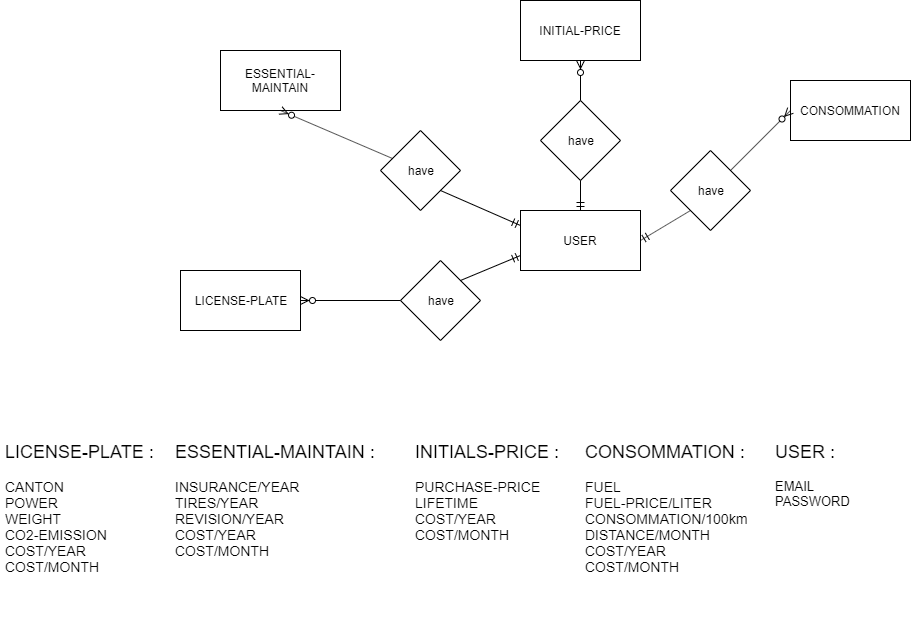
Before: Documentation/Sprint1/DB-MCD.PNG, a diagram exported from draw.io (ThomasCPNV/CcubeProject). Source tidied: cells renumbered, new cells last; positions are measured from the earlier drawing's top-left corner, leaving out a move shared by most shapes.
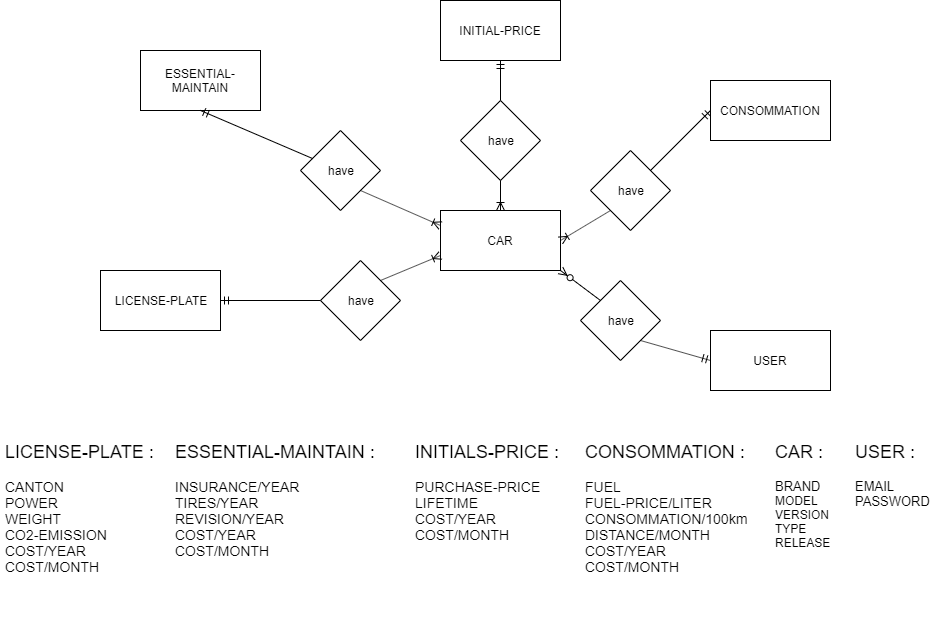
After the change.

What changed in the source:
```diff
@@ -11,34 +11,34 @@
     <mxCell id="4" value="CONSOMMATION" style="rounded=0;whiteSpace=wrap;html=1;" parent="1" vertex="1">
       <mxGeometry x="790" y="80" width="120" height="60" as="geometry" />
     </mxCell>
-    <mxCell id="5" value="USER" style="rounded=0;whiteSpace=wrap;html=1;" parent="1" vertex="1">
+    <mxCell id="5" value="CAR" style="rounded=0;whiteSpace=wrap;html=1;" parent="1" vertex="1">
       <mxGeometry x="520" y="210" width="120" height="60" as="geometry" />
     </mxCell>
     <mxCell id="6" value="INITIAL-PRICE" style="rounded=0;whiteSpace=wrap;html=1;" parent="1" vertex="1">
       <mxGeometry x="520" width="120" height="60" as="geometry" />
     </mxCell>
     <mxCell id="7" value="&lt;p style=&quot;line-height: 40%&quot;&gt;&lt;/p&gt;&lt;blockquote style=&quot;margin: 0 0 0 40px ; border: none ; padding: 0px&quot;&gt;&lt;/blockquote&gt;&lt;span&gt;&lt;font style=&quot;font-size: 18px&quot;&gt;LICENSE-PLATE :&lt;br&gt;&lt;/font&gt;&lt;/span&gt;&lt;font style=&quot;font-size: 14px&quot;&gt;&lt;br&gt;CANTON&lt;br&gt;POWER&lt;br&gt;WEIGHT&amp;nbsp;&lt;br&gt;CO2-EMISSION&lt;br&gt;COST/YEAR&lt;br&gt;COST/MONTH&lt;br&gt;&lt;br&gt;&lt;/font&gt;&lt;blockquote style=&quot;margin: 0px 0px 0px 40px ; border: none ; padding: 0px ; font-size: 14px&quot;&gt;&lt;/blockquote&gt;&lt;br&gt;&lt;p&gt;&lt;/p&gt;" style="text;html=1;strokeColor=none;fillColor=none;spacing=5;spacingTop=-20;whiteSpace=wrap;overflow=hidden;rounded=0;" parent="1" vertex="1">
-      <mxGeometry y="440" width="170" height="180" as="geometry" />
+      <mxGeometry x="80" y="440" width="170" height="180" as="geometry" />
     </mxCell>
     <mxCell id="8" value="&lt;p style=&quot;line-height: 40%&quot;&gt;&lt;/p&gt;&lt;blockquote style=&quot;margin: 0 0 0 40px ; border: none ; padding: 0px&quot;&gt;&lt;/blockquote&gt;&lt;span&gt;&lt;font style=&quot;font-size: 18px&quot;&gt;ESSENTIAL-MAINTAIN :&lt;br&gt;&lt;/font&gt;&lt;/span&gt;&lt;font style=&quot;font-size: 14px&quot;&gt;&lt;br&gt;&lt;/font&gt;&lt;blockquote style=&quot;margin: 0px 0px 0px 40px ; border: none ; padding: 0px&quot;&gt;&lt;/blockquote&gt;&lt;font style=&quot;font-size: 14px&quot;&gt;INSURANCE/YEAR&lt;br&gt;&lt;font&gt;TIRES/YEAR&lt;br&gt;&lt;/font&gt;REVISION/YEAR&lt;br&gt;COST/YEAR&lt;br&gt;COST/MONTH&lt;/font&gt;&lt;br&gt;&lt;p&gt;&lt;/p&gt;" style="text;html=1;strokeColor=none;fillColor=none;spacing=5;spacingTop=-20;whiteSpace=wrap;overflow=hidden;rounded=0;" parent="1" vertex="1">
-      <mxGeometry x="170" y="440" width="240" height="160" as="geometry" />
+      <mxGeometry x="250" y="440" width="240" height="160" as="geometry" />
     </mxCell>
     <mxCell id="9" value="&lt;p style=&quot;line-height: 40%&quot;&gt;&lt;/p&gt;&lt;blockquote style=&quot;margin: 0 0 0 40px ; border: none ; padding: 0px&quot;&gt;&lt;/blockquote&gt;&lt;span&gt;&lt;font style=&quot;font-size: 18px&quot;&gt;INITIALS-PRICE :&lt;br&gt;&lt;/font&gt;&lt;/span&gt;&lt;font style=&quot;font-size: 14px&quot;&gt;&lt;br&gt;&lt;/font&gt;&lt;blockquote style=&quot;margin: 0px 0px 0px 40px ; border: none ; padding: 0px&quot;&gt;&lt;/blockquote&gt;&lt;font style=&quot;font-size: 14px&quot;&gt;PURCHASE-PRICE&lt;br&gt;LIFETIME&lt;br&gt;COST/YEAR&lt;br&gt;COST/MONTH&lt;/font&gt;&lt;br&gt;&lt;p&gt;&lt;/p&gt;" style="text;html=1;strokeColor=none;fillColor=none;spacing=5;spacingTop=-20;whiteSpace=wrap;overflow=hidden;rounded=0;" parent="1" vertex="1">
-      <mxGeometry x="410" y="440" width="160" height="140" as="geometry" />
+      <mxGeometry x="490" y="440" width="160" height="140" as="geometry" />
     </mxCell>
-    <mxCell id="10" value="&lt;p style=&quot;line-height: 40%&quot;&gt;&lt;/p&gt;&lt;blockquote style=&quot;margin: 0 0 0 40px ; border: none ; padding: 0px&quot;&gt;&lt;/blockquote&gt;&lt;span&gt;&lt;font style=&quot;font-size: 18px&quot;&gt;USER :&lt;br&gt;&lt;/font&gt;&lt;/span&gt;&lt;font style=&quot;font-size: 14px&quot;&gt;&lt;br&gt;&lt;/font&gt;&lt;font style=&quot;font-size: 13px&quot;&gt;EMAIL&lt;br&gt;PASSWORD&lt;/font&gt;&lt;br&gt;&lt;p&gt;&lt;/p&gt;" style="text;html=1;strokeColor=none;fillColor=none;spacing=5;spacingTop=-20;whiteSpace=wrap;overflow=hidden;rounded=0;" parent="1" vertex="1">
-      <mxGeometry x="770" y="440" width="100" height="150" as="geometry" />
+    <mxCell id="10" value="&lt;p style=&quot;line-height: 40%&quot;&gt;&lt;/p&gt;&lt;blockquote style=&quot;margin: 0 0 0 40px ; border: none ; padding: 0px&quot;&gt;&lt;/blockquote&gt;&lt;span&gt;&lt;font style=&quot;font-size: 18px&quot;&gt;CAR :&lt;br&gt;&lt;/font&gt;&lt;/span&gt;&lt;font style=&quot;font-size: 14px&quot;&gt;&lt;br&gt;&lt;/font&gt;&lt;font style=&quot;font-size: 13px&quot;&gt;BRAND&lt;br&gt;&lt;/font&gt;MODEL&lt;br&gt;VERSION&lt;br&gt;TYPE&lt;br&gt;RELEASE&lt;br&gt;&lt;p&gt;&lt;/p&gt;" style="text;html=1;strokeColor=none;fillColor=none;spacing=5;spacingTop=-20;whiteSpace=wrap;overflow=hidden;rounded=0;" parent="1" vertex="1">
+      <mxGeometry x="850" y="440" width="100" height="150" as="geometry" />
     </mxCell>
     <mxCell id="11" value="&lt;p style=&quot;line-height: 40%&quot;&gt;&lt;/p&gt;&lt;blockquote style=&quot;margin: 0 0 0 40px ; border: none ; padding: 0px&quot;&gt;&lt;/blockquote&gt;&lt;span&gt;&lt;font style=&quot;font-size: 18px&quot;&gt;CONSOMMATION :&lt;br&gt;&lt;/font&gt;&lt;/span&gt;&lt;font style=&quot;font-size: 14px&quot;&gt;&lt;br&gt;&lt;/font&gt;&lt;blockquote style=&quot;margin: 0px 0px 0px 40px ; border: none ; padding: 0px&quot;&gt;&lt;/blockquote&gt;&lt;font style=&quot;font-size: 14px&quot;&gt;&lt;font&gt;FUEL&lt;br&gt;FUEL-PRICE/LITER&lt;br&gt;CONSOMMATION/100km&lt;br&gt;&lt;/font&gt;DISTANCE/MONTH&lt;br&gt;COST/YEAR&lt;br&gt;COST/MONTH&lt;/font&gt;&lt;br&gt;&lt;p&gt;&lt;/p&gt;" style="text;html=1;strokeColor=none;fillColor=none;spacing=5;spacingTop=-20;whiteSpace=wrap;overflow=hidden;rounded=0;" parent="1" vertex="1">
-      <mxGeometry x="580" y="440" width="180" height="180" as="geometry" />
+      <mxGeometry x="660" y="440" width="180" height="180" as="geometry" />
     </mxCell>
     <mxCell id="12" value="have" style="rhombus;whiteSpace=wrap;html=1;" parent="1" vertex="1">
       <mxGeometry x="670" y="150" width="80" height="80" as="geometry" />
     </mxCell>
-    <mxCell id="13" style="endArrow=none;html=1;entryX=0;entryY=1;entryDx=0;entryDy=0;exitX=1;exitY=0.5;exitDx=0;exitDy=0;startArrow=ERmandOne;startFill=0;" parent="1" edge="1" source="5" target="12">
+    <mxCell id="13" style="endArrow=none;html=1;entryX=0;entryY=1;entryDx=0;entryDy=0;exitX=1;exitY=0.5;exitDx=0;exitDy=0;startArrow=ERoneToMany;startFill=0;" parent="1" edge="1" source="5" target="12">
       <mxGeometry relative="1" as="geometry" />
     </mxCell>
-    <mxCell id="14" style="endArrow=ERzeroToMany;html=1;entryX=0;entryY=0.5;entryDx=0;entryDy=0;exitX=1;exitY=0;exitDx=0;exitDy=0;endFill=1;" parent="1" edge="1" source="12" target="4">
+    <mxCell id="14" style="endArrow=ERmandOne;html=1;entryX=0;entryY=0.5;entryDx=0;entryDy=0;exitX=1;exitY=0;exitDx=0;exitDy=0;endFill=0;" parent="1" edge="1" source="12" target="4">
       <mxGeometry relative="1" as="geometry" />
     </mxCell>
     <mxCell id="15" value="have" style="rhombus;whiteSpace=wrap;html=1;" parent="1" vertex="1">
@@ -50,25 +50,40 @@
     <mxCell id="17" value="have" style="rhombus;whiteSpace=wrap;html=1;" parent="1" vertex="1">
       <mxGeometry x="400" y="260" width="80" height="80" as="geometry" />
     </mxCell>
-    <mxCell id="18" style="endArrow=ERmandOne;html=1;entryX=0.5;entryY=0;entryDx=0;entryDy=0;exitX=0.5;exitY=1;exitDx=0;exitDy=0;startArrow=none;startFill=0;endFill=0;" parent="1" edge="1" source="15" target="5">
+    <mxCell id="18" style="endArrow=ERoneToMany;html=1;entryX=0.5;entryY=0;entryDx=0;entryDy=0;exitX=0.5;exitY=1;exitDx=0;exitDy=0;startArrow=none;startFill=0;endFill=0;" parent="1" edge="1" source="15" target="5">
       <mxGeometry relative="1" as="geometry" />
     </mxCell>
-    <mxCell id="19" style="endArrow=none;html=1;exitX=0.5;exitY=1;exitDx=0;exitDy=0;endFill=0;startArrow=ERzeroToMany;startFill=1;" parent="1" edge="1" source="6">
+    <mxCell id="19" style="endArrow=none;html=1;exitX=0.5;exitY=1;exitDx=0;exitDy=0;endFill=0;startArrow=ERmandOne;startFill=0;" parent="1" edge="1" source="6">
       <mxGeometry relative="1" as="geometry">
         <mxPoint x="580" y="100" as="targetPoint" />
       </mxGeometry>
     </mxCell>
-    <mxCell id="20" style="endArrow=ERzeroToMany;html=1;exitX=0.15;exitY=0.35;exitDx=0;exitDy=0;entryX=0.5;entryY=1;entryDx=0;entryDy=0;startArrow=none;startFill=0;endFill=1;exitPerimeter=0;" parent="1" edge="1" source="16" target="2">
+    <mxCell id="20" style="endArrow=ERmandOne;html=1;exitX=0.15;exitY=0.35;exitDx=0;exitDy=0;entryX=0.5;entryY=1;entryDx=0;entryDy=0;startArrow=none;startFill=0;endFill=0;exitPerimeter=0;" parent="1" edge="1" source="16" target="2">
       <mxGeometry relative="1" as="geometry" />
     </mxCell>
-    <mxCell id="21" style="endArrow=none;html=1;exitX=0;exitY=0.25;exitDx=0;exitDy=0;entryX=1;entryY=1;entryDx=0;entryDy=0;startArrow=ERmandOne;startFill=0;" parent="1" edge="1" source="5" target="16">
+    <mxCell id="21" style="endArrow=none;html=1;exitX=0;exitY=0.25;exitDx=0;exitDy=0;entryX=1;entryY=1;entryDx=0;entryDy=0;startArrow=ERoneToMany;startFill=0;" parent="1" edge="1" source="5" target="16">
       <mxGeometry relative="1" as="geometry" />
     </mxCell>
-    <mxCell id="22" style="endArrow=none;html=1;exitX=0;exitY=0.75;exitDx=0;exitDy=0;entryX=1;entryY=0;entryDx=0;entryDy=0;startArrow=ERmandOne;startFill=0;" parent="1" edge="1" source="5" target="17">
+    <mxCell id="22" style="endArrow=none;html=1;exitX=0;exitY=0.75;exitDx=0;exitDy=0;entryX=1;entryY=0;entryDx=0;entryDy=0;startArrow=ERoneToMany;startFill=0;" parent="1" edge="1" source="5" target="17">
       <mxGeometry relative="1" as="geometry" />
     </mxCell>
-    <mxCell id="23" style="endArrow=none;html=1;entryX=0;entryY=0.5;entryDx=0;entryDy=0;exitX=1;exitY=0.5;exitDx=0;exitDy=0;startArrow=ERzeroToMany;startFill=1;" parent="1" edge="1" source="3" target="17">
+    <mxCell id="23" style="endArrow=none;html=1;entryX=0;entryY=0.5;entryDx=0;entryDy=0;exitX=1;exitY=0.5;exitDx=0;exitDy=0;startArrow=ERmandOne;startFill=0;" parent="1" edge="1" source="3" target="17">
       <mxGeometry relative="1" as="geometry" />
     </mxCell>
+    <mxCell id="24" value="USER" style="rounded=0;whiteSpace=wrap;html=1;" parent="1" vertex="1">
+      <mxGeometry x="790" y="330" width="120" height="60" as="geometry" />
+    </mxCell>
+    <mxCell id="25" value="have" style="rhombus;whiteSpace=wrap;html=1;" parent="1" vertex="1">
+      <mxGeometry x="660" y="280" width="80" height="80" as="geometry" />
+    </mxCell>
+    <mxCell id="26" style="endArrow=ERmandOne;html=1;entryX=0;entryY=0.5;entryDx=0;entryDy=0;exitX=1;exitY=1;exitDx=0;exitDy=0;startArrow=none;startFill=0;endFill=0;" parent="1" edge="1" source="25" target="24">
+      <mxGeometry relative="1" as="geometry" />
+    </mxCell>
+    <mxCell id="27" style="endArrow=none;html=1;entryX=0;entryY=0;entryDx=0;entryDy=0;startArrow=ERzeroToMany;startFill=1;exitX=1;exitY=1;exitDx=0;exitDy=0;" parent="1" edge="1" source="5" target="25">
+      <mxGeometry relative="1" as="geometry" />
+    </mxCell>
+    <mxCell id="28" value="&lt;p style=&quot;line-height: 40%&quot;&gt;&lt;/p&gt;&lt;blockquote style=&quot;margin: 0 0 0 40px ; border: none ; padding: 0px&quot;&gt;&lt;/blockquote&gt;&lt;span&gt;&lt;font style=&quot;font-size: 18px&quot;&gt;USER :&lt;br&gt;&lt;/font&gt;&lt;/span&gt;&lt;font style=&quot;font-size: 14px&quot;&gt;&lt;br&gt;&lt;/font&gt;&lt;font style=&quot;font-size: 13px&quot;&gt;EMAIL&lt;br&gt;PASSWORD&lt;/font&gt;&lt;br&gt;&lt;p&gt;&lt;/p&gt;" style="text;html=1;strokeColor=none;fillColor=none;spacing=5;spacingTop=-20;whiteSpace=wrap;overflow=hidden;rounded=0;" parent="1" vertex="1">
+      <mxGeometry x="930" y="440" width="100" height="150" as="geometry" />
+    </mxCell>
   </root>
 </mxGraphModel>
```
